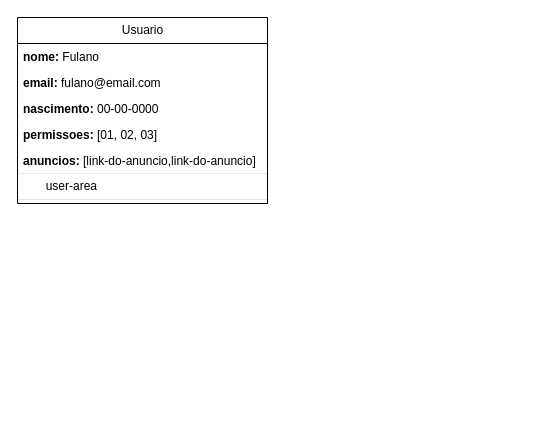
The draw.io diagram planejamento/modelagem.drawio in DeivRicardoSS/projeto-blog-vscode, before the edit. Source tidied: cells renumbered, new cells numbered last; positions are measured from the earlier drawing's top-left corner, leaving out a move shared by most shapes. Both pictures are drawn from the tidied source at 100%, with x=0, y=0 at pixel (17, 17).
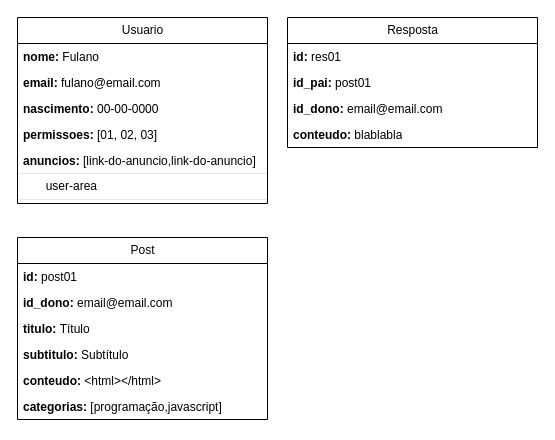
The same page after the edit.

Diff of the diagram source:
```diff
@@
+    <mxCell id="9" value="Post" style="swimlane;fontStyle=0;horizontal=1;startSize=26;fillColor=none;html=1;" parent="1" vertex="1">
+      <mxGeometry y="220" width="250" height="182" as="geometry" />
+    </mxCell>
+    <mxCell id="10" value="&lt;b&gt;id:&lt;/b&gt;&amp;nbsp;post01" style="text;strokeColor=none;fillColor=none;align=left;verticalAlign=top;spacingLeft=4;spacingRight=4;overflow=hidden;whiteSpace=wrap;html=1;" parent="9" vertex="1">
+      <mxGeometry y="26" width="250" height="26" as="geometry" />
+    </mxCell>
+    <mxCell id="11" value="&lt;b&gt;id_dono:&lt;/b&gt;&amp;nbsp;email@email.com" style="text;strokeColor=none;fillColor=none;align=left;verticalAlign=top;spacingLeft=4;spacingRight=4;overflow=hidden;whiteSpace=wrap;html=1;" parent="9" vertex="1">
+      <mxGeometry y="52" width="250" height="26" as="geometry" />
+    </mxCell>
+    <mxCell id="12" value="&lt;b&gt;titulo:&lt;/b&gt;&amp;nbsp;Título" style="text;strokeColor=none;fillColor=none;align=left;verticalAlign=top;spacingLeft=4;spacingRight=4;overflow=hidden;whiteSpace=wrap;html=1;" parent="9" vertex="1">
+      <mxGeometry y="78" width="250" height="26" as="geometry" />
+    </mxCell>
+    <mxCell id="13" value="&lt;b&gt;subtitulo:&lt;/b&gt;&amp;nbsp;Subtítulo" style="text;strokeColor=none;fillColor=none;align=left;verticalAlign=top;spacingLeft=4;spacingRight=4;overflow=hidden;whiteSpace=wrap;html=1;" parent="9" vertex="1">
+      <mxGeometry y="104" width="250" height="26" as="geometry" />
+    </mxCell>
+    <mxCell id="14" value="&lt;b&gt;conteudo:&lt;/b&gt;&amp;nbsp;&amp;lt;html&amp;gt;&amp;lt;/html&amp;gt;" style="text;strokeColor=none;fillColor=none;align=left;verticalAlign=top;spacingLeft=4;spacingRight=4;overflow=hidden;whiteSpace=wrap;html=1;" parent="9" vertex="1">
+      <mxGeometry y="130" width="250" height="26" as="geometry" />
+    </mxCell>
+    <mxCell id="15" value="&lt;b&gt;categorias: &lt;/b&gt;[programação,javascript]" style="text;strokeColor=none;fillColor=none;align=left;verticalAlign=top;spacingLeft=4;spacingRight=4;overflow=hidden;whiteSpace=wrap;html=1;" parent="9" vertex="1">
+      <mxGeometry y="156" width="250" height="26" as="geometry" />
+    </mxCell>
+    <mxCell id="16" value="Resposta" style="swimlane;fontStyle=0;horizontal=1;startSize=26;fillColor=none;html=1;" parent="1" vertex="1">
+      <mxGeometry x="270" width="250" height="130" as="geometry" />
+    </mxCell>
+    <mxCell id="17" value="&lt;b&gt;id:&lt;/b&gt;&amp;nbsp;res01" style="text;strokeColor=none;fillColor=none;align=left;verticalAlign=top;spacingLeft=4;spacingRight=4;overflow=hidden;whiteSpace=wrap;html=1;" parent="16" vertex="1">
+      <mxGeometry y="26" width="250" height="26" as="geometry" />
+    </mxCell>
+    <mxCell id="18" value="&lt;b&gt;id_pai:&lt;/b&gt;&amp;nbsp;post01" style="text;strokeColor=none;fillColor=none;align=left;verticalAlign=top;spacingLeft=4;spacingRight=4;overflow=hidden;whiteSpace=wrap;html=1;" parent="16" vertex="1">
+      <mxGeometry y="52" width="250" height="26" as="geometry" />
+    </mxCell>
+    <mxCell id="19" value="&lt;b&gt;id_dono:&lt;/b&gt;&amp;nbsp;email@email.com" style="text;strokeColor=none;fillColor=none;align=left;verticalAlign=top;spacingLeft=4;spacingRight=4;overflow=hidden;whiteSpace=wrap;html=1;" parent="16" vertex="1">
+      <mxGeometry y="78" width="250" height="26" as="geometry" />
+    </mxCell>
+    <mxCell id="20" value="&lt;b&gt;conteudo:&lt;/b&gt;&amp;nbsp;blablabla" style="text;strokeColor=none;fillColor=none;align=left;verticalAlign=top;spacingLeft=4;spacingRight=4;overflow=hidden;whiteSpace=wrap;html=1;" parent="16" vertex="1">
+      <mxGeometry y="104" width="250" height="26" as="geometry" />
+    </mxCell>
```
